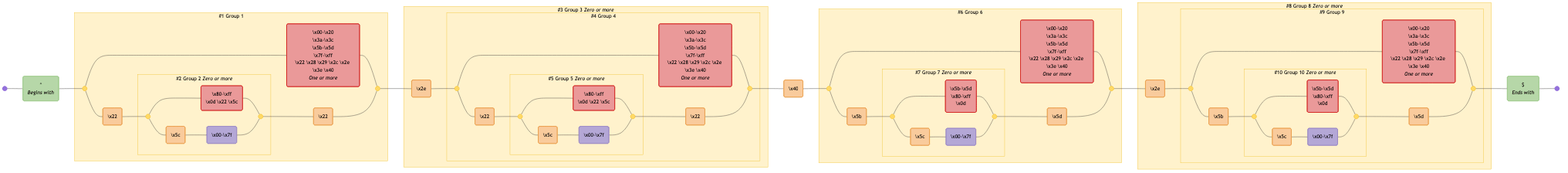
Before: diagrams/email-rfc2822.mermaid-diagram.png, a diagram exported from Mermaid (tayles/regex-to-mermaid). Its source is kept beside it as diagrams/email-rfc2822.mermaid.
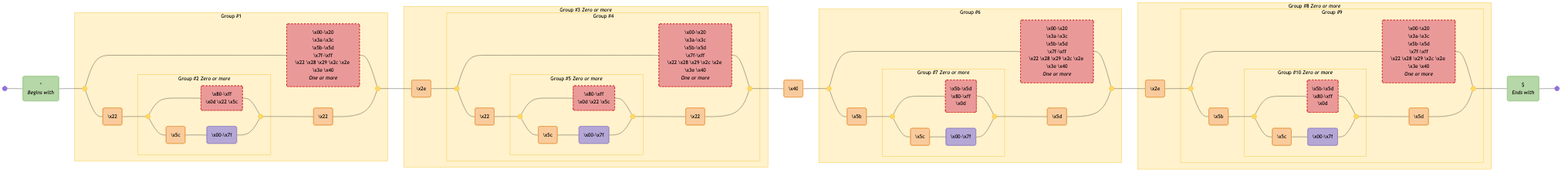
Above is the later version.

Diff of the diagram source:
```diff
@@ -1,130 +1,130 @@
 graph LR
   accTitle: "Regex: ^([^\\x00-\\x20\\x22\\x28\\x29\\x2c\\x2e\\x3a-\\x3c\\x3e\\x40\\x5b-\\x5d\\x7f-\\xff]+|\\x22([^\\x0d\\x22\\x5c\\x80-\\xff]|\\x5c[\\x00-\\x7f])*\\x22)(\\x2e([^\\x00-\\x20\\x22\\x28\\x29\\x2c\\x2e\\x3a-\\x3c\\x3e\\x40\\x5b-\\x5d\\x7f-\\xff]+|\\x22([^\\x0d\\x22\\x5c\\x80-\\xff]|\\x5c[\\x00-\\x7f])*\\x22))*\\x40([^\\x00-\\x20\\x22\\x28\\x29\\x2c\\x2e\\x3a-\\x3c\\x3e\\x40\\x5b-\\x5d\\x7f-\\xff]+|\\x5b([^\\x0d\\x5b-\\x5d\\x80-\\xff]|\\x5c[\\x00-\\x7f])*\\x5d)(\\x2e([^\\x00-\\x20\\x22\\x28\\x29\\x2c\\x2e\\x3a-\\x3c\\x3e\\x40\\x5b-\\x5d\\x7f-\\xff]+|\\x5b([^\\x0d\\x5b-\\x5d\\x80-\\xff]|\\x5c[\\x00-\\x7f])*\\x5d))*$"
-  accDescr: "Generated with regex-to-mermaid@1.0.4"
+  accDescr: "Generated with regex-to-mermaid@2.0.0"
 
   start@{ shape: f-circ };
   fin@{ shape: f-circ };
   assertion_1("^<br><i>Begins with</i>"):::assertion;
   disjunction_begin_1:::disjunction@{ shape: f-circ };
   disjunction_end_1:::disjunction@{ shape: f-circ };
-  negated_char_class_1("\x00-\x20<br>\x3a-\x3c<br>\x5b-\x5d<br>\x7f-\xff<br>\x22 \x28 \x29 \x2c \x2e \x3e \x40<br><i>One or more</i>"):::negated-char-class;
+  char_class_1("\x00-\x20<br>\x3a-\x3c<br>\x5b-\x5d<br>\x7f-\xff<br>\x22 \x28 \x29 \x2c \x2e \x3e \x40<br><i>One or more</i>"):::negated-char-class;
   literal_1("\x22"):::literal;
   disjunction_begin_2:::disjunction@{ shape: f-circ };
   disjunction_end_2:::disjunction@{ shape: f-circ };
-  negated_char_class_2("\x80-\xff<br>\x0d \x22 \x5c"):::negated-char-class;
+  char_class_2("\x80-\xff<br>\x0d \x22 \x5c"):::negated-char-class;
   literal_2("\x5c"):::literal;
-  char_class_1("\x00-\x7f"):::char-class;
+  char_class_3("\x00-\x7f"):::char-class;
   literal_3("\x22"):::literal;
   literal_4("\x2e"):::literal;
   disjunction_begin_3:::disjunction@{ shape: f-circ };
   disjunction_end_3:::disjunction@{ shape: f-circ };
-  negated_char_class_3("\x00-\x20<br>\x3a-\x3c<br>\x5b-\x5d<br>\x7f-\xff<br>\x22 \x28 \x29 \x2c \x2e \x3e \x40<br><i>One or more</i>"):::negated-char-class;
+  char_class_4("\x00-\x20<br>\x3a-\x3c<br>\x5b-\x5d<br>\x7f-\xff<br>\x22 \x28 \x29 \x2c \x2e \x3e \x40<br><i>One or more</i>"):::negated-char-class;
   literal_5("\x22"):::literal;
   disjunction_begin_4:::disjunction@{ shape: f-circ };
   disjunction_end_4:::disjunction@{ shape: f-circ };
-  negated_char_class_4("\x80-\xff<br>\x0d \x22 \x5c"):::negated-char-class;
+  char_class_5("\x80-\xff<br>\x0d \x22 \x5c"):::negated-char-class;
   literal_6("\x5c"):::literal;
-  char_class_2("\x00-\x7f"):::char-class;
+  char_class_6("\x00-\x7f"):::char-class;
   literal_7("\x22"):::literal;
   literal_8("\x40"):::literal;
   disjunction_begin_5:::disjunction@{ shape: f-circ };
   disjunction_end_5:::disjunction@{ shape: f-circ };
-  negated_char_class_5("\x00-\x20<br>\x3a-\x3c<br>\x5b-\x5d<br>\x7f-\xff<br>\x22 \x28 \x29 \x2c \x2e \x3e \x40<br><i>One or more</i>"):::negated-char-class;
+  char_class_7("\x00-\x20<br>\x3a-\x3c<br>\x5b-\x5d<br>\x7f-\xff<br>\x22 \x28 \x29 \x2c \x2e \x3e \x40<br><i>One or more</i>"):::negated-char-class;
   literal_9("\x5b"):::literal;
   disjunction_begin_6:::disjunction@{ shape: f-circ };
   disjunction_end_6:::disjunction@{ shape: f-circ };
-  negated_char_class_6("\x5b-\x5d<br>\x80-\xff<br>\x0d"):::negated-char-class;
+  char_class_8("\x5b-\x5d<br>\x80-\xff<br>\x0d"):::negated-char-class;
   literal_10("\x5c"):::literal;
-  char_class_3("\x00-\x7f"):::char-class;
+  char_class_9("\x00-\x7f"):::char-class;
   literal_11("\x5d"):::literal;
   literal_12("\x2e"):::literal;
   disjunction_begin_7:::disjunction@{ shape: f-circ };
   disjunction_end_7:::disjunction@{ shape: f-circ };
-  negated_char_class_7("\x00-\x20<br>\x3a-\x3c<br>\x5b-\x5d<br>\x7f-\xff<br>\x22 \x28 \x29 \x2c \x2e \x3e \x40<br><i>One or more</i>"):::negated-char-class;
+  char_class_10("\x00-\x20<br>\x3a-\x3c<br>\x5b-\x5d<br>\x7f-\xff<br>\x22 \x28 \x29 \x2c \x2e \x3e \x40<br><i>One or more</i>"):::negated-char-class;
   literal_13("\x5b"):::literal;
   disjunction_begin_8:::disjunction@{ shape: f-circ };
   disjunction_end_8:::disjunction@{ shape: f-circ };
-  negated_char_class_8("\x5b-\x5d<br>\x80-\xff<br>\x0d"):::negated-char-class;
+  char_class_11("\x5b-\x5d<br>\x80-\xff<br>\x0d"):::negated-char-class;
   literal_14("\x5c"):::literal;
-  char_class_4("\x00-\x7f"):::char-class;
+  char_class_12("\x00-\x7f"):::char-class;
   literal_15("\x5d"):::literal;
   assertion_2("$<br><i>Ends with</i>"):::assertion;
 
-  subgraph standard_2 ["#2 Group 2 <i>Zero or more</i>"]
+  subgraph standard_2 ["Group #2 <i>Zero or more</i>"]
     disjunction_begin_2
     disjunction_end_2
-    negated_char_class_2
+    char_class_2
     literal_2
-    char_class_1
+    char_class_3
   end
 
-  subgraph standard_1 ["#1 Group 1"]
+  subgraph standard_1 ["Group #1"]
     standard_2
     disjunction_begin_1
     disjunction_end_1
-    negated_char_class_1
+    char_class_1
     literal_1
     literal_3
   end
 
-  subgraph standard_5 ["#5 Group 5 <i>Zero or more</i>"]
+  subgraph standard_5 ["Group #5 <i>Zero or more</i>"]
     disjunction_begin_4
     disjunction_end_4
-    negated_char_class_4
+    char_class_5
     literal_6
-    char_class_2
+    char_class_6
   end
 
-  subgraph standard_4 ["#4 Group 4"]
+  subgraph standard_4 ["Group #4"]
     standard_5
     disjunction_begin_3
     disjunction_end_3
-    negated_char_class_3
+    char_class_4
     literal_5
     literal_7
   end
 
-  subgraph standard_3 ["#3 Group 3 <i>Zero or more</i>"]
+  subgraph standard_3 ["Group #3 <i>Zero or more</i>"]
     standard_5
     standard_4
     literal_4
   end
 
-  subgraph standard_7 ["#7 Group 7 <i>Zero or more</i>"]
+  subgraph standard_7 ["Group #7 <i>Zero or more</i>"]
     disjunction_begin_6
     disjunction_end_6
-    negated_char_class_6
+    char_class_8
     literal_10
-    char_class_3
+    char_class_9
   end
 
-  subgraph standard_6 ["#6 Group 6"]
+  subgraph standard_6 ["Group #6"]
     standard_7
     disjunction_begin_5
     disjunction_end_5
-    negated_char_class_5
+    char_class_7
     literal_9
     literal_11
   end
 
-  subgraph standard_10 ["#10 Group 10 <i>Zero or more</i>"]
+  subgraph standard_10 ["Group #10 <i>Zero or more</i>"]
     disjunction_begin_8
     disjunction_end_8
-    negated_char_class_8
+    char_class_11
     literal_14
-    char_class_4
+    char_class_12
   end
 
-  subgraph standard_9 ["#9 Group 9"]
+  subgraph standard_9 ["Group #9"]
     standard_10
     disjunction_begin_7
     disjunction_end_7
-    negated_char_class_7
+    char_class_10
     literal_13
     literal_15
   end
 
-  subgraph standard_8 ["#8 Group 8 <i>Zero or more</i>"]
+  subgraph standard_8 ["Group #8 <i>Zero or more</i>"]
     standard_10
     standard_9
     literal_12
@@ -132,54 +132,54 @@
 
   start --- assertion_1;
   assertion_1 --- disjunction_begin_1;
-  disjunction_begin_1 --- negated_char_class_1;
-  negated_char_class_1 --- disjunction_end_1;
+  disjunction_begin_1 --- char_class_1;
+  char_class_1 --- disjunction_end_1;
   disjunction_begin_1 --- literal_1;
   literal_1 --- disjunction_begin_2;
-  disjunction_begin_2 --- negated_char_class_2;
-  negated_char_class_2 --- disjunction_end_2;
+  disjunction_begin_2 --- char_class_2;
+  char_class_2 --- disjunction_end_2;
   disjunction_begin_2 --- literal_2;
-  literal_2 --- char_class_1;
-  char_class_1 --- disjunction_end_2;
+  literal_2 --- char_class_3;
+  char_class_3 --- disjunction_end_2;
   disjunction_end_2 --- literal_3;
   literal_3 --- disjunction_end_1;
   disjunction_end_1 --- literal_4;
   literal_4 --- disjunction_begin_3;
-  disjunction_begin_3 --- negated_char_class_3;
-  negated_char_class_3 --- disjunction_end_3;
+  disjunction_begin_3 --- char_class_4;
+  char_class_4 --- disjunction_end_3;
   disjunction_begin_3 --- literal_5;
   literal_5 --- disjunction_begin_4;
-  disjunction_begin_4 --- negated_char_class_4;
-  negated_char_class_4 --- disjunction_end_4;
+  disjunction_begin_4 --- char_class_5;
+  char_class_5 --- disjunction_end_4;
   disjunction_begin_4 --- literal_6;
-  literal_6 --- char_class_2;
-  char_class_2 --- disjunction_end_4;
+  literal_6 --- char_class_6;
+  char_class_6 --- disjunction_end_4;
   disjunction_end_4 --- literal_7;
   literal_7 --- disjunction_end_3;
   disjunction_end_3 --- literal_8;
   literal_8 --- disjunction_begin_5;
-  disjunction_begin_5 --- negated_char_class_5;
-  negated_char_class_5 --- disjunction_end_5;
+  disjunction_begin_5 --- char_class_7;
+  char_class_7 --- disjunction_end_5;
   disjunction_begin_5 --- literal_9;
   literal_9 --- disjunction_begin_6;
-  disjunction_begin_6 --- negated_char_class_6;
-  negated_char_class_6 --- disjunction_end_6;
+  disjunction_begin_6 --- char_class_8;
+  char_class_8 --- disjunction_end_6;
   disjunction_begin_6 --- literal_10;
-  literal_10 --- char_class_3;
-  char_class_3 --- disjunction_end_6;
+  literal_10 --- char_class_9;
+  char_class_9 --- disjunction_end_6;
   disjunction_end_6 --- literal_11;
   literal_11 --- disjunction_end_5;
   disjunction_end_5 --- literal_12;
   literal_12 --- disjunction_begin_7;
-  disjunction_begin_7 --- negated_char_class_7;
-  negated_char_class_7 --- disjunction_end_7;
+  disjunction_begin_7 --- char_class_10;
+  char_class_10 --- disjunction_end_7;
   disjunction_begin_7 --- literal_13;
   literal_13 --- disjunction_begin_8;
-  disjunction_begin_8 --- negated_char_class_8;
-  negated_char_class_8 --- disjunction_end_8;
+  disjunction_begin_8 --- char_class_11;
+  char_class_11 --- disjunction_end_8;
   disjunction_begin_8 --- literal_14;
-  literal_14 --- char_class_4;
-  char_class_4 --- disjunction_end_8;
+  literal_14 --- char_class_12;
+  char_class_12 --- disjunction_end_8;
   disjunction_end_8 --- literal_15;
   literal_15 --- disjunction_end_7;
   disjunction_end_7 --- assertion_2;
@@ -187,7 +187,7 @@
 
   classDef assertion fill:#B6D7A8,stroke:#93C47D,color:#000000;
   classDef disjunction fill:#FFD966,stroke:#F1C232,color:#000000;
-  classDef negated-char-class fill:#EA9999,stroke:#CC0000,color:#000000;
+  classDef negated-char-class fill:#EA9999,stroke:#CC0000,color:#000000,stroke-dasharray: 5 5;
   classDef literal fill:#F9CB9C,stroke:#E69138,color:#000000;
   classDef char-class fill:#B4A7D6,stroke:#8E7CC3,color:#000000;
 
```
